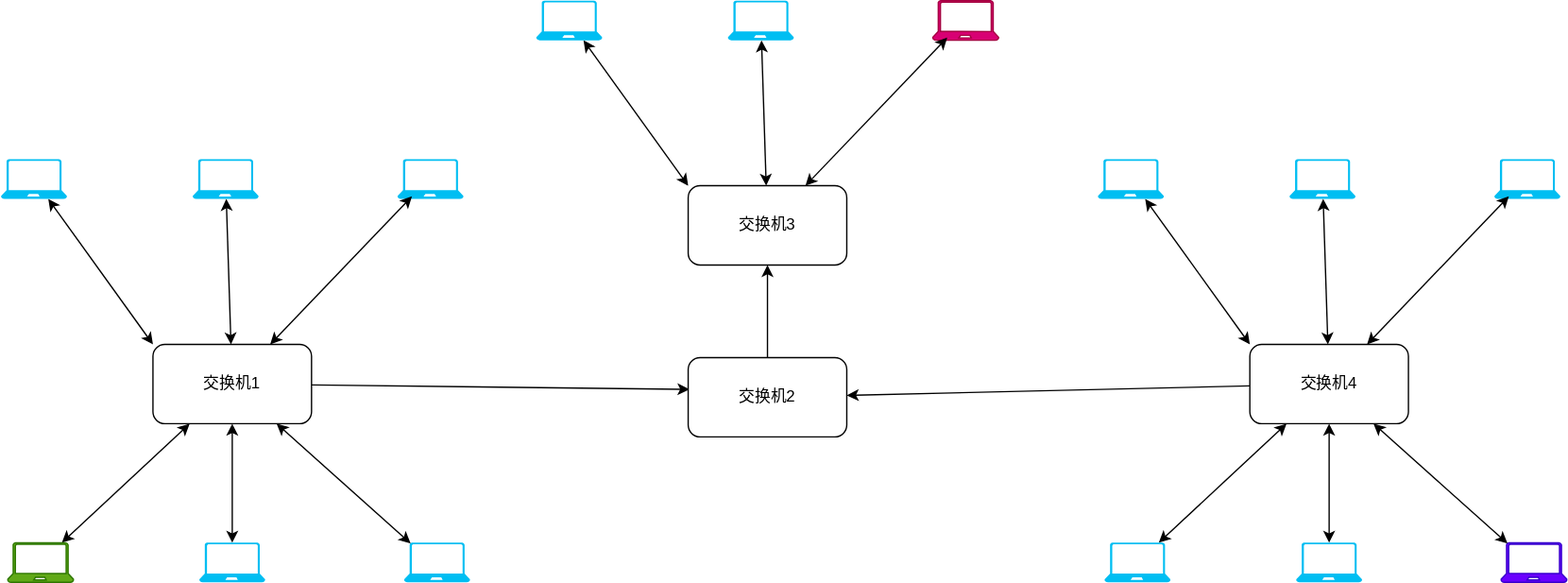
beardnick/static keeps this draw.io diagram as images/multilayer_mac_network.drawio.svg. Above is the earlier version. Source tidied: cells renumbered, new cells last; positions are measured from the earlier drawing's top-left corner, leaving out a move shared by most shapes.
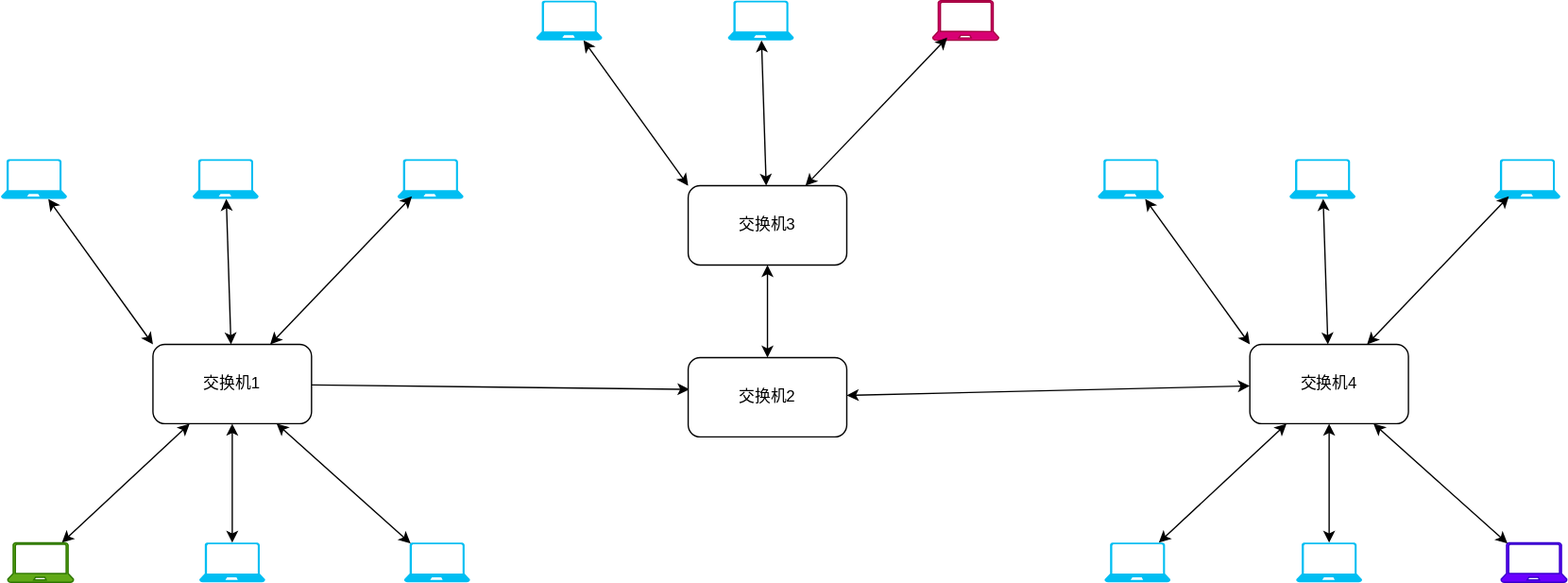
After the commit.

What changed in the source:
```diff
@@ -44,7 +44,7 @@
     <mxCell id="15" style="edgeStyle=none;rounded=1;html=1;startArrow=classic;startFill=1;exitX=0.22;exitY=0.933;exitDx=0;exitDy=0;exitPerimeter=0;" parent="1" edge="1" source="14" target="3">
       <mxGeometry relative="1" as="geometry" />
     </mxCell>
-    <mxCell id="16" style="edgeStyle=none;html=1;" parent="1" edge="1" source="17" target="38">
+    <mxCell id="16" style="edgeStyle=none;html=1;startArrow=classic;startFill=1;" parent="1" edge="1" source="17" target="38">
       <mxGeometry relative="1" as="geometry" />
     </mxCell>
     <mxCell id="17" value="交换机4" style="rounded=1;whiteSpace=wrap;html=1;" parent="1" vertex="1">
@@ -107,7 +107,7 @@
     <mxCell id="36" style="edgeStyle=none;rounded=1;html=1;startArrow=classic;startFill=1;exitX=0.22;exitY=0.933;exitDx=0;exitDy=0;exitPerimeter=0;" parent="1" edge="1" source="35" target="30">
       <mxGeometry relative="1" as="geometry" />
     </mxCell>
-    <mxCell id="37" style="edgeStyle=none;html=1;" parent="1" edge="1" source="38" target="30">
+    <mxCell id="37" style="edgeStyle=none;html=1;startArrow=classic;startFill=1;" parent="1" edge="1" source="38" target="30">
       <mxGeometry relative="1" as="geometry" />
     </mxCell>
     <mxCell id="38" value="交换机2" style="rounded=1;whiteSpace=wrap;html=1;" parent="1" vertex="1">
```
